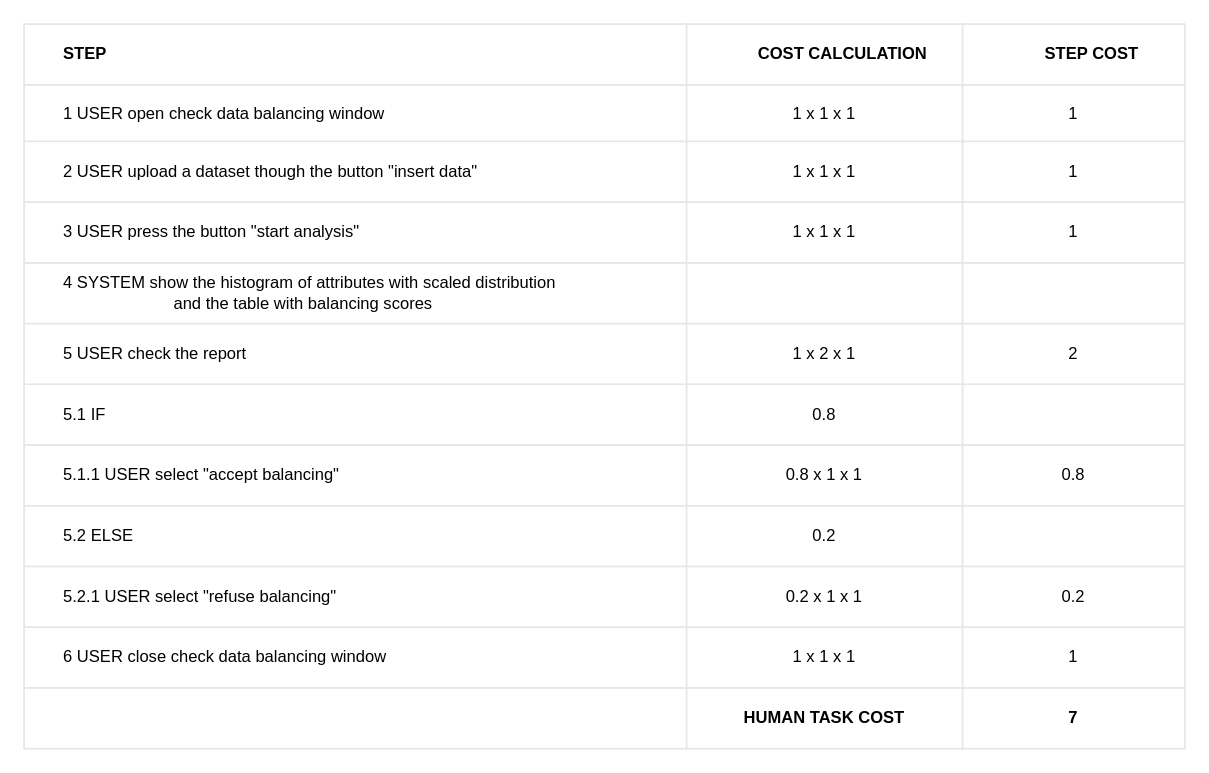
The draw.io diagram check data balancing/check_data_balancing_table.drawio in BaffoBello14/AutomaticDamagesRecognition, before the edit. Source tidied: cells renumbered, new cells numbered last; positions are measured from the earlier drawing's top-left corner, leaving out a move shared by most shapes. Both pictures are drawn from the tidied source at 138%, with x=0, y=0 at pixel (23, 23).
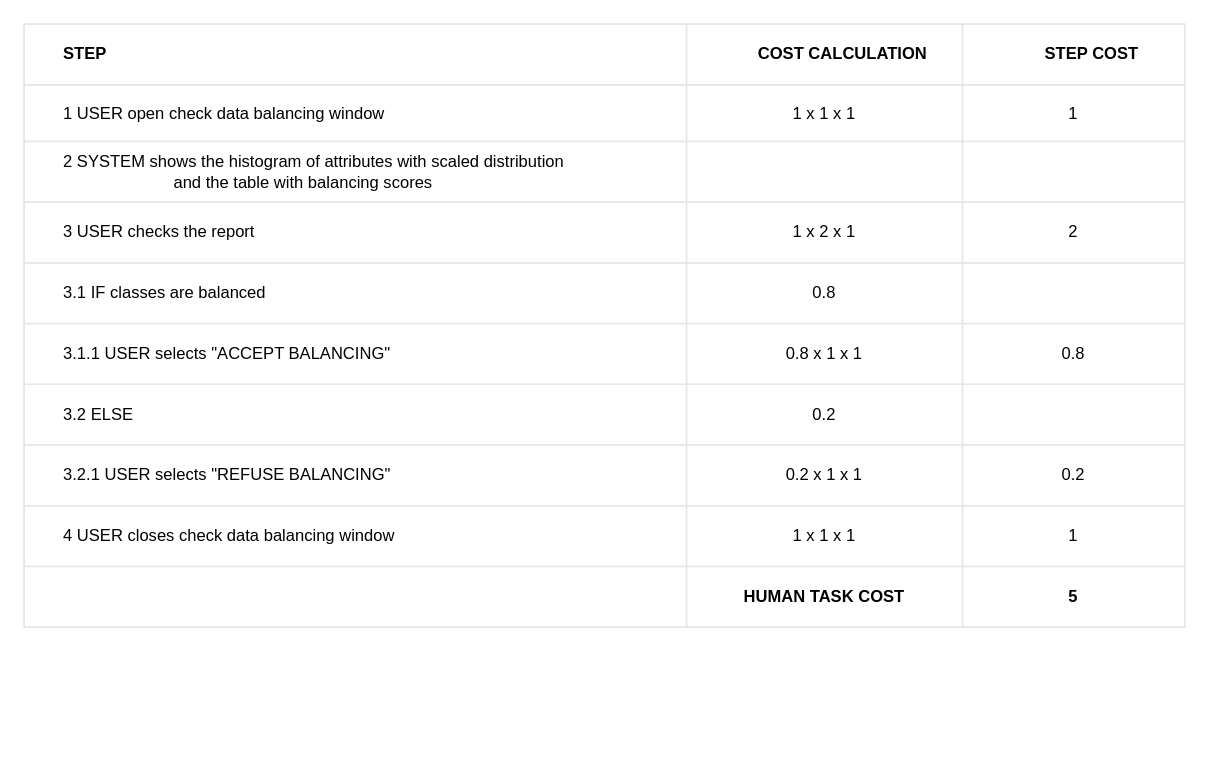
The same page after the edit.

Diff of the diagram source:
```diff
@@
     <mxCell id="2" style="childLayout=tableLayout;shadow=0;strokeColor=#E6E6E6;align=center;" parent="1" vertex="1">
-      <mxGeometry width="841" height="525" as="geometry" />
+      <mxGeometry width="841" height="437" as="geometry" />
     </mxCell>
@@
-    <mxCell id="11" style="shape=tableRow;horizontal=0;startSize=0;swimlaneHead=0;swimlaneBody=0;top=0;left=0;bottom=0;right=0;fontStyle=0;fillColor=none;strokeColor=inherit;align=center;" parent="2" vertex="1">
-      <mxGeometry y="85" width="841" height="44" as="geometry" />
-    </mxCell>
-    <mxCell id="12" value="&lt;span style=&quot;white-space: pre;&quot;&gt;&#9;&lt;/span&gt;2 USER upload a dataset though the button &quot;insert data&quot;" style="strokeColor=inherit;fillColor=none;align=left;whiteSpace=wrap;html=1;labelPosition=center;verticalLabelPosition=middle;verticalAlign=middle;" parent="11" vertex="1">
-      <mxGeometry width="480" height="44" as="geometry" />
-    </mxCell>
-    <mxCell id="13" value="1 x 1 x 1" style="strokeColor=inherit;fillColor=none;align=center;whiteSpace=wrap;html=1;" parent="11" vertex="1">
-      <mxGeometry x="480" width="200" height="44" as="geometry" />
-    </mxCell>
-    <mxCell id="14" value="1" style="strokeColor=inherit;fillColor=none;align=center;whiteSpace=wrap;html=1;" parent="11" vertex="1">
-      <mxGeometry x="680" width="161" height="44" as="geometry" />
-    </mxCell>
-    <mxCell id="15" style="shape=tableRow;horizontal=0;startSize=0;swimlaneHead=0;swimlaneBody=0;top=0;left=0;bottom=0;right=0;fontStyle=0;fillColor=none;strokeColor=inherit;align=center;" parent="2" vertex="1">
-      <mxGeometry y="129" width="841" height="44" as="geometry" />
-    </mxCell>
-    <mxCell id="16" value="&lt;div style=&quot;&quot;&gt;&lt;span style=&quot;background-color: initial;&quot;&gt;&lt;span style=&quot;white-space: pre;&quot;&gt;&#9;&lt;/span&gt;3 USER press the button &quot;start analysis&quot;&lt;/span&gt;&lt;/div&gt;" style="strokeColor=inherit;fillColor=none;align=left;whiteSpace=wrap;html=1;labelPosition=center;verticalLabelPosition=middle;verticalAlign=middle;" parent="15" vertex="1">
-      <mxGeometry width="480" height="44" as="geometry" />
-    </mxCell>
-    <mxCell id="17" value="1 x 1 x 1" style="strokeColor=inherit;fillColor=none;align=center;whiteSpace=wrap;html=1;" parent="15" vertex="1">
-      <mxGeometry x="480" width="200" height="44" as="geometry" />
-    </mxCell>
-    <mxCell id="18" value="1" style="strokeColor=inherit;fillColor=none;align=center;whiteSpace=wrap;html=1;" parent="15" vertex="1">
-      <mxGeometry x="680" width="161" height="44" as="geometry" />
-    </mxCell>
     <mxCell id="19" style="shape=tableRow;horizontal=0;startSize=0;swimlaneHead=0;swimlaneBody=0;top=0;left=0;bottom=0;right=0;fontStyle=0;fillColor=none;strokeColor=inherit;align=center;" parent="2" vertex="1">
-      <mxGeometry y="173" width="841" height="44" as="geometry" />
+      <mxGeometry y="85" width="841" height="44" as="geometry" />
     </mxCell>
-    <mxCell id="20" value="&lt;span style=&quot;white-space: pre;&quot;&gt;&#9;&lt;/span&gt;4 SYSTEM show the histogram of attributes with scaled distribution &lt;br&gt;&lt;span style=&quot;white-space: pre;&quot;&gt;&#9;&lt;/span&gt;&lt;span style=&quot;white-space: pre;&quot;&gt;&#9;&lt;/span&gt;&lt;span style=&quot;white-space: pre;&quot;&gt;&#9;&lt;/span&gt;&lt;span style=&quot;white-space: pre;&quot;&gt;&#9;&lt;/span&gt;and the table with balancing scores" style="strokeColor=inherit;fillColor=none;align=left;whiteSpace=wrap;html=1;labelPosition=center;verticalLabelPosition=middle;verticalAlign=middle;" parent="19" vertex="1">
+    <mxCell id="20" value="&lt;span style=&quot;white-space: pre;&quot;&gt;&#9;&lt;/span&gt;2&amp;nbsp;SYSTEM shows the histogram of attributes with scaled distribution &lt;br&gt;&lt;span style=&quot;white-space: pre;&quot;&gt;&#9;&lt;/span&gt;&lt;span style=&quot;white-space: pre;&quot;&gt;&#9;&lt;/span&gt;&lt;span style=&quot;white-space: pre;&quot;&gt;&#9;&lt;/span&gt;&lt;span style=&quot;white-space: pre;&quot;&gt;&#9;&lt;/span&gt;and the table with balancing scores" style="strokeColor=inherit;fillColor=none;align=left;whiteSpace=wrap;html=1;labelPosition=center;verticalLabelPosition=middle;verticalAlign=middle;" parent="19" vertex="1">
       <mxGeometry width="480" height="44" as="geometry" />
     </mxCell>
@@
     <mxCell id="23" style="shape=tableRow;horizontal=0;startSize=0;swimlaneHead=0;swimlaneBody=0;top=0;left=0;bottom=0;right=0;fontStyle=0;fillColor=none;strokeColor=inherit;align=center;" parent="2" vertex="1">
-      <mxGeometry y="217" width="841" height="44" as="geometry" />
+      <mxGeometry y="129" width="841" height="44" as="geometry" />
     </mxCell>
-    <mxCell id="24" value="&lt;span style=&quot;white-space: pre;&quot;&gt;&#9;&lt;/span&gt;5 USER check the report" style="strokeColor=inherit;fillColor=none;align=left;whiteSpace=wrap;html=1;labelPosition=center;verticalLabelPosition=middle;verticalAlign=middle;" parent="23" vertex="1">
+    <mxCell id="24" value="&lt;span style=&quot;white-space: pre;&quot;&gt;&#9;&lt;/span&gt;3&amp;nbsp;USER checks the report" style="strokeColor=inherit;fillColor=none;align=left;whiteSpace=wrap;html=1;labelPosition=center;verticalLabelPosition=middle;verticalAlign=middle;" parent="23" vertex="1">
       <mxGeometry width="480" height="44" as="geometry" />
     </mxCell>
@@
     <mxCell id="27" style="shape=tableRow;horizontal=0;startSize=0;swimlaneHead=0;swimlaneBody=0;top=0;left=0;bottom=0;right=0;fontStyle=0;fillColor=none;strokeColor=inherit;align=center;" parent="2" vertex="1">
-      <mxGeometry y="261" width="841" height="44" as="geometry" />
+      <mxGeometry y="173" width="841" height="44" as="geometry" />
     </mxCell>
-    <mxCell id="28" value="&lt;span style=&quot;white-space: pre;&quot;&gt;&#9;&lt;/span&gt;5.1&amp;nbsp;IF&amp;nbsp;" style="strokeColor=inherit;fillColor=none;align=left;whiteSpace=wrap;html=1;labelPosition=center;verticalLabelPosition=middle;verticalAlign=middle;" parent="27" vertex="1">
+    <mxCell id="28" value="&lt;span style=&quot;white-space: pre;&quot;&gt;&#9;&lt;/span&gt;3.1&amp;nbsp;IF classes are balanced" style="strokeColor=inherit;fillColor=none;align=left;whiteSpace=wrap;html=1;labelPosition=center;verticalLabelPosition=middle;verticalAlign=middle;" parent="27" vertex="1">
       <mxGeometry width="480" height="44" as="geometry" />
     </mxCell>
@@
     <mxCell id="31" style="shape=tableRow;horizontal=0;startSize=0;swimlaneHead=0;swimlaneBody=0;top=0;left=0;bottom=0;right=0;fontStyle=0;fillColor=none;strokeColor=inherit;align=center;" parent="2" vertex="1">
-      <mxGeometry y="305" width="841" height="44" as="geometry" />
+      <mxGeometry y="217" width="841" height="44" as="geometry" />
     </mxCell>
-    <mxCell id="32" value="&lt;span style=&quot;white-space: pre;&quot;&gt;&#9;&lt;/span&gt;5.1.1 USER select &quot;accept balancing&quot;" style="strokeColor=inherit;fillColor=none;align=left;whiteSpace=wrap;html=1;labelPosition=center;verticalLabelPosition=middle;verticalAlign=middle;" parent="31" vertex="1">
+    <mxCell id="32" value="&lt;span style=&quot;white-space: pre;&quot;&gt;&#9;&lt;/span&gt;3.1.1 USER selects &quot;ACCEPT BALANCING&quot;" style="strokeColor=inherit;fillColor=none;align=left;whiteSpace=wrap;html=1;labelPosition=center;verticalLabelPosition=middle;verticalAlign=middle;" parent="31" vertex="1">
       <mxGeometry width="480" height="44" as="geometry" />
     </mxCell>
@@
     <mxCell id="35" style="shape=tableRow;horizontal=0;startSize=0;swimlaneHead=0;swimlaneBody=0;top=0;left=0;bottom=0;right=0;fontStyle=0;fillColor=none;strokeColor=inherit;align=center;" parent="2" vertex="1">
-      <mxGeometry y="349" width="841" height="44" as="geometry" />
+      <mxGeometry y="261" width="841" height="44" as="geometry" />
     </mxCell>
-    <mxCell id="36" value="&lt;span style=&quot;white-space: pre;&quot;&gt;&#9;&lt;/span&gt;5.2 ELSE" style="strokeColor=inherit;fillColor=none;align=left;whiteSpace=wrap;html=1;labelPosition=center;verticalLabelPosition=middle;verticalAlign=middle;" parent="35" vertex="1">
+    <mxCell id="36" value="&lt;span style=&quot;white-space: pre;&quot;&gt;&#9;&lt;/span&gt;3.2 ELSE" style="strokeColor=inherit;fillColor=none;align=left;whiteSpace=wrap;html=1;labelPosition=center;verticalLabelPosition=middle;verticalAlign=middle;" parent="35" vertex="1">
       <mxGeometry width="480" height="44" as="geometry" />
     </mxCell>
@@
     <mxCell id="39" style="shape=tableRow;horizontal=0;startSize=0;swimlaneHead=0;swimlaneBody=0;top=0;left=0;bottom=0;right=0;fontStyle=0;fillColor=none;strokeColor=inherit;align=center;" parent="2" vertex="1">
-      <mxGeometry y="393" width="841" height="44" as="geometry" />
+      <mxGeometry y="305" width="841" height="44" as="geometry" />
     </mxCell>
-    <mxCell id="40" value="&#9;&lt;span style=&quot;white-space: pre;&quot;&gt;&#9;&lt;/span&gt;5.2.1 USER select &quot;refuse balancing&quot;" style="strokeColor=inherit;fillColor=none;align=left;whiteSpace=wrap;html=1;labelPosition=center;verticalLabelPosition=middle;verticalAlign=middle;" parent="39" vertex="1">
+    <mxCell id="40" value="&#9;&lt;span style=&quot;white-space: pre;&quot;&gt;&#9;&lt;/span&gt;3.2.1 USER selects &quot;REFUSE BALANCING&quot;" style="strokeColor=inherit;fillColor=none;align=left;whiteSpace=wrap;html=1;labelPosition=center;verticalLabelPosition=middle;verticalAlign=middle;" parent="39" vertex="1">
       <mxGeometry width="480" height="44" as="geometry" />
     </mxCell>
@@
     <mxCell id="43" style="shape=tableRow;horizontal=0;startSize=0;swimlaneHead=0;swimlaneBody=0;top=0;left=0;bottom=0;right=0;fontStyle=0;fillColor=none;strokeColor=inherit;align=center;" parent="2" vertex="1">
-      <mxGeometry y="437" width="841" height="44" as="geometry" />
+      <mxGeometry y="349" width="841" height="44" as="geometry" />
     </mxCell>
-    <mxCell id="44" value="&lt;span style=&quot;white-space: pre;&quot;&gt;&#9;&lt;/span&gt;6&amp;nbsp;USER close check data balancing&amp;nbsp;window&amp;nbsp;" style="strokeColor=inherit;fillColor=none;align=left;whiteSpace=wrap;html=1;labelPosition=center;verticalLabelPosition=middle;verticalAlign=middle;" parent="43" vertex="1">
+    <mxCell id="44" value="&lt;span style=&quot;white-space: pre;&quot;&gt;&#9;&lt;/span&gt;4&amp;nbsp;USER closes check data balancing&amp;nbsp;window&amp;nbsp;" style="strokeColor=inherit;fillColor=none;align=left;whiteSpace=wrap;html=1;labelPosition=center;verticalLabelPosition=middle;verticalAlign=middle;" parent="43" vertex="1">
       <mxGeometry width="480" height="44" as="geometry" />
     </mxCell>
@@
     <mxCell id="47" style="shape=tableRow;horizontal=0;startSize=0;swimlaneHead=0;swimlaneBody=0;top=0;left=0;bottom=0;right=0;fontStyle=0;fillColor=none;strokeColor=inherit;align=center;" parent="2" vertex="1">
-      <mxGeometry y="481" width="841" height="44" as="geometry" />
+      <mxGeometry y="393" width="841" height="44" as="geometry" />
     </mxCell>
@@
-    <mxCell id="50" value="7" style="strokeColor=inherit;fillColor=none;align=center;whiteSpace=wrap;html=1;fontStyle=1;" parent="47" vertex="1">
+    <mxCell id="50" value="5" style="strokeColor=inherit;fillColor=none;align=center;whiteSpace=wrap;html=1;fontStyle=1;" parent="47" vertex="1">
       <mxGeometry x="680" width="161" height="44" as="geometry" />
     </mxCell>
```
